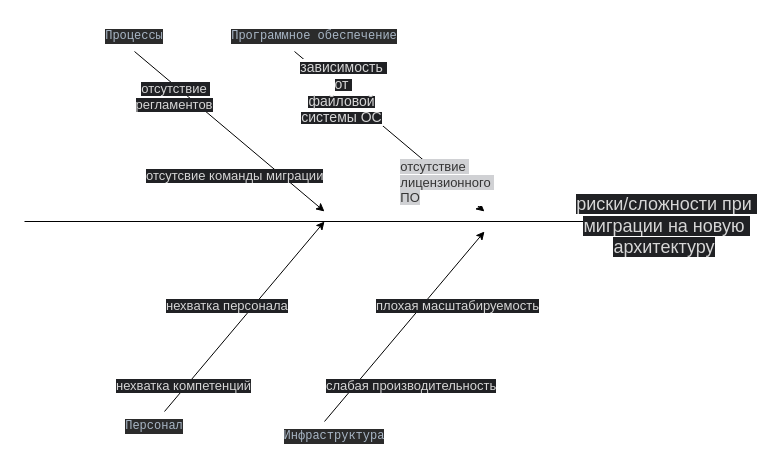
Above: Task4/task4.drawio in KatodForAnod/architecture-medikamente (draw.io), before the change. Source tidied: cells renumbered, new cells numbered last; positions are measured from the earlier drawing's top-left corner, leaving out a move shared by most shapes. Both pictures are drawn from the tidied source at 100%, with x=0, y=0 at pixel (24, 21).
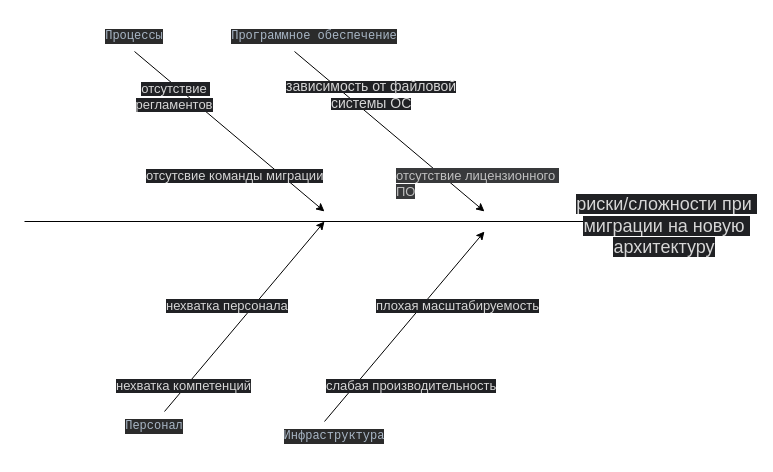
The same diagram, later.

Unchanged cells that the change refers to:
```xml
<mxCell id="9" style="endArrow=classic;html=1;rounded=0;" parent="1" edge="1">
  <mxGeometry relative="1" as="geometry">
    <mxPoint x="270" y="30" as="sourcePoint" />
    <mxPoint x="460" y="190" as="targetPoint" />
  </mxGeometry>
</mxCell>
```

Diff of the diagram source:
```diff
@@
-    <mxCell id="10" value="&lt;span style=&quot;caret-color: rgb(214, 214, 214); color: rgb(214, 214, 214); font-family: &amp;quot;YS Text&amp;quot;, sans-serif; text-align: start; white-space: pre-wrap; background-color: rgb(32, 33, 36);&quot;&gt;&lt;font style=&quot;font-size: 14px;&quot;&gt;зависимость от файловой&lt;/font&gt;&lt;/span&gt;&lt;div&gt;&lt;span style=&quot;caret-color: rgb(214, 214, 214); color: rgb(214, 214, 214); font-family: &amp;quot;YS Text&amp;quot;, sans-serif; text-align: start; white-space: pre-wrap; background-color: rgb(32, 33, 36);&quot;&gt;&lt;font style=&quot;font-size: 14px;&quot;&gt;системы ОС&lt;/font&gt;&lt;/span&gt;&lt;/div&gt;" style="edgeLabel;html=1;align=center;verticalAlign=middle;" parent="9" vertex="1">
-      <mxGeometry x="-0.51" y="-1" relative="1" as="geometry" />
-    </mxCell>
-    <mxCell id="11" value="&lt;div style=&quot;text-align: start;&quot;&gt;&lt;font color=&quot;#353535&quot; face=&quot;YS Text, sans-serif&quot;&gt;&lt;span style=&quot;font-size: 13px; caret-color: rgb(53, 53, 53); white-space: pre-wrap; background-color: rgb(208, 209, 212);&quot;&gt;отсутствие лицензионного ПО&lt;/span&gt;&lt;/font&gt;&lt;/div&gt;" style="edgeLabel;html=1;align=center;verticalAlign=middle;" parent="9" vertex="1">
+    <mxCell id="11" value="&lt;div style=&quot;text-align: start;&quot;&gt;&lt;br&gt;&lt;/div&gt;" style="edgeLabel;html=1;align=center;verticalAlign=middle;" parent="9" vertex="1">
       <mxGeometry x="0.55" y="-2" relative="1" as="geometry">
         <mxPoint x="4" y="5" as="offset" />
       </mxGeometry>
     </mxCell>
@@
+    <mxCell id="20" value="&lt;span style=&quot;color: rgb(192, 192, 192); font-family: &amp;quot;YS Text&amp;quot;, sans-serif; font-size: 13px; caret-color: rgb(192, 192, 192); white-space-collapse: preserve; background-color: rgb(56, 57, 59);&quot;&gt;отсутствие лицензионного ПО&lt;/span&gt;" style="text;whiteSpace=wrap;html=1;" parent="1" vertex="1">
+      <mxGeometry x="370" y="140" width="170" height="30" as="geometry" />
+    </mxCell>
+    <mxCell id="10" value="&lt;span style=&quot;font-size: 11px; caret-color: rgb(214, 214, 214); color: rgb(214, 214, 214); font-family: &amp;quot;YS Text&amp;quot;, sans-serif; white-space-collapse: preserve; background-color: rgb(32, 33, 36);&quot;&gt;&lt;font style=&quot;font-size: 14px;&quot;&gt;зависимость от файловой&lt;/font&gt;&lt;/span&gt;&lt;div style=&quot;font-size: 11px; text-align: center; text-wrap-mode: nowrap;&quot;&gt;&lt;span style=&quot;caret-color: rgb(214, 214, 214); color: rgb(214, 214, 214); font-family: &amp;quot;YS Text&amp;quot;, sans-serif; text-align: start; white-space: pre-wrap; background-color: rgb(32, 33, 36);&quot;&gt;&lt;font style=&quot;font-size: 14px;&quot;&gt;системы ОС&lt;/font&gt;&lt;/span&gt;&lt;/div&gt;" style="text;whiteSpace=wrap;html=1;" parent="1" vertex="1">
+      <mxGeometry x="260" y="50" width="190" height="50" as="geometry" />
+    </mxCell>
```
